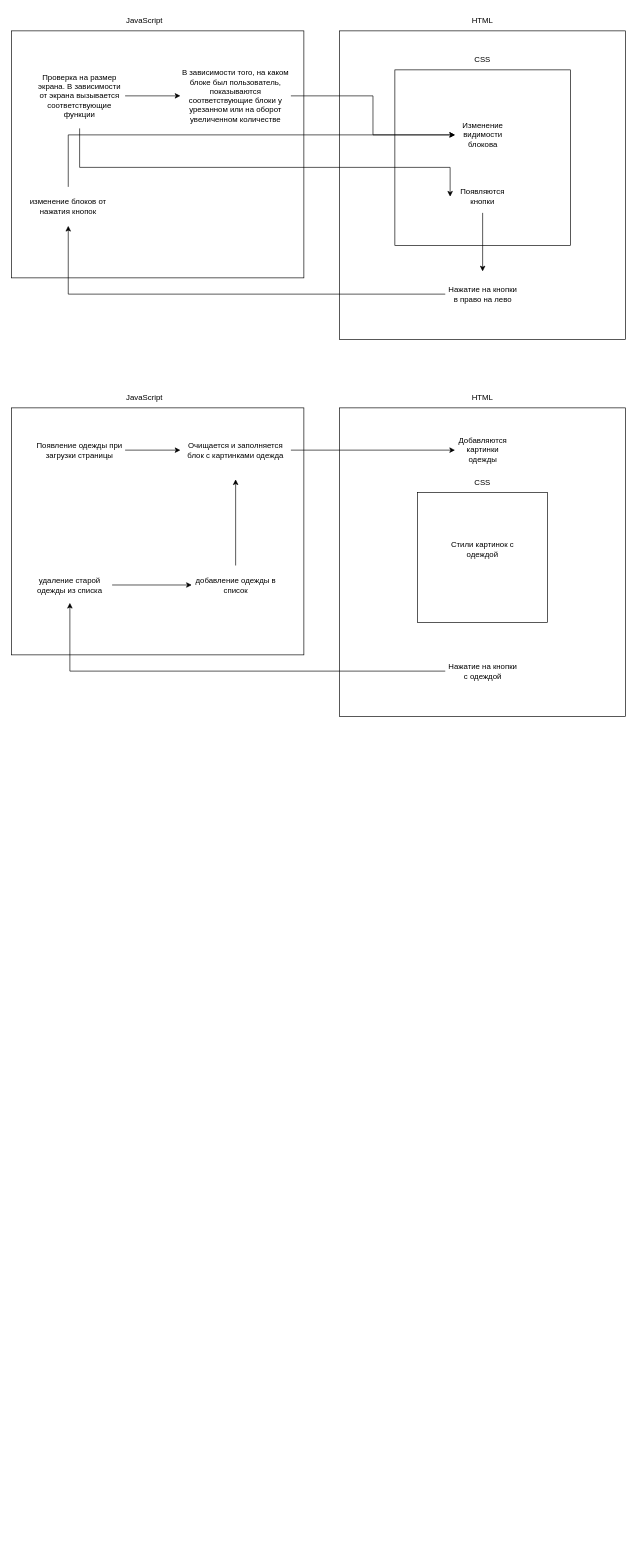
Above: Диаграмма.drawio in OlgaBug/- (draw.io), before the change. Source tidied: cells renumbered, new cells numbered last; positions are measured from the earlier drawing's top-left corner, leaving out a move shared by most shapes. Both pictures are drawn from the tidied source at 65%, with x=0, y=0 at pixel (11, 11).
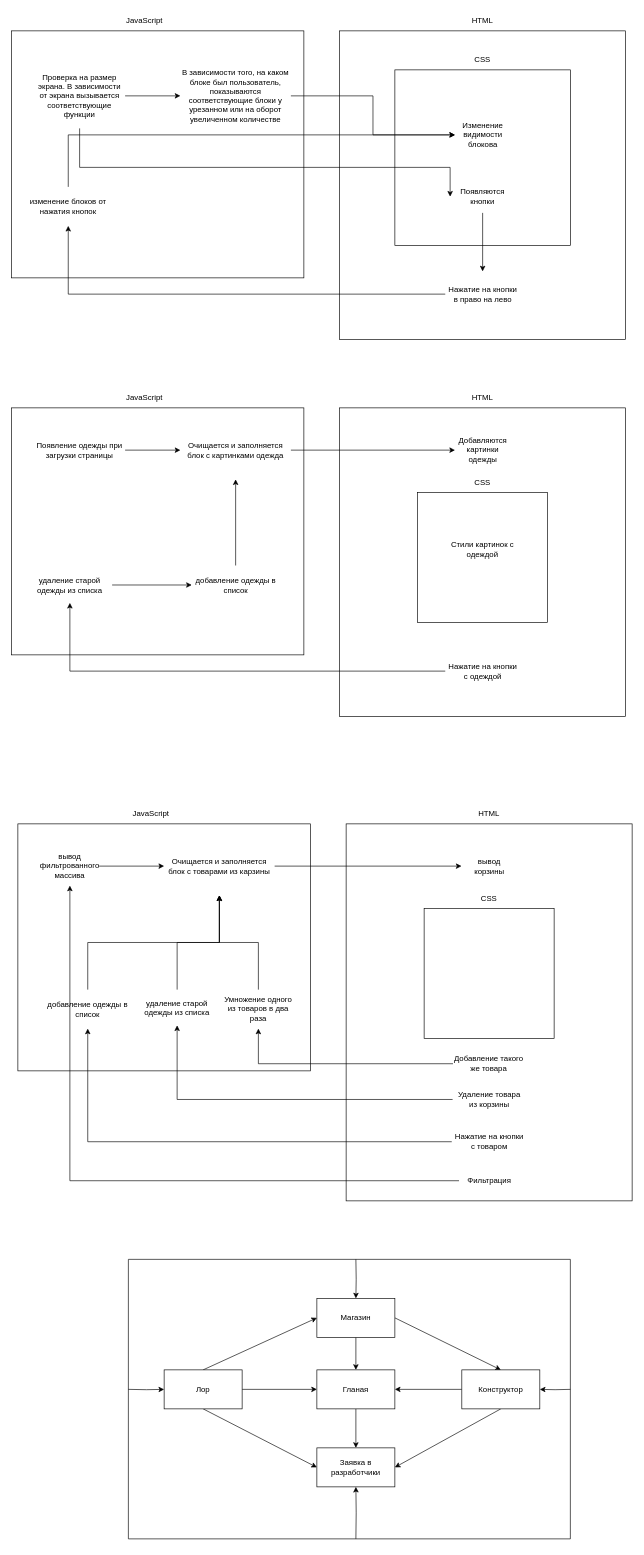
Above is the later version.

The edit, as a diff of the source:
```diff
@@
+    <mxCell id="38" style="edgeStyle=orthogonalEdgeStyle;rounded=0;jettySize=auto;html=1;entryX=0.5;entryY=0;entryDx=0;entryDy=0;" parent="1" edge="1" target="69">
+      <mxGeometry relative="1" as="geometry">
+        <mxPoint x="530" y="1920" as="sourcePoint" />
+      </mxGeometry>
+    </mxCell>
+    <mxCell id="39" style="edgeStyle=orthogonalEdgeStyle;rounded=0;jettySize=auto;html=1;entryX=1;entryY=0.5;entryDx=0;entryDy=0;" parent="1" edge="1" target="74">
+      <mxGeometry relative="1" as="geometry">
+        <mxPoint x="860" y="2120" as="sourcePoint" />
+      </mxGeometry>
+    </mxCell>
+    <mxCell id="40" style="edgeStyle=orthogonalEdgeStyle;rounded=0;jettySize=auto;html=1;entryX=0.5;entryY=1;entryDx=0;entryDy=0;" parent="1" edge="1" target="79">
+      <mxGeometry relative="1" as="geometry">
+        <mxPoint x="530" y="2350" as="sourcePoint" />
+      </mxGeometry>
+    </mxCell>
+    <mxCell id="41" style="edgeStyle=orthogonalEdgeStyle;rounded=0;jettySize=auto;html=1;entryX=0;entryY=0.5;entryDx=0;entryDy=0;" parent="1" edge="1" target="78">
+      <mxGeometry relative="1" as="geometry">
+        <mxPoint x="180" y="2120" as="sourcePoint" />
+      </mxGeometry>
+    </mxCell>
@@
+    <mxCell id="42" style="rounded=0;whiteSpace=wrap;html=1;" parent="1" vertex="1">
+      <mxGeometry x="515" y="1250" width="440" height="580" as="geometry" />
+    </mxCell>
+    <mxCell id="43" style="whiteSpace=wrap;html=1;" parent="1" vertex="1">
+      <mxGeometry x="635" y="1380" width="200" height="200" as="geometry" />
+    </mxCell>
+    <mxCell id="44" style="rounded=0;whiteSpace=wrap;html=1;" parent="1" vertex="1">
+      <mxGeometry x="10" y="1250" width="450" height="380" as="geometry" />
+    </mxCell>
+    <mxCell id="45" value="JavaScript" style="text;html=1;align=center;verticalAlign=middle;whiteSpace=wrap;rounded=0;" parent="1" vertex="1">
+      <mxGeometry x="185" y="1220" width="60" height="30" as="geometry" />
+    </mxCell>
+    <mxCell id="46" value="вывод корзины" style="text;html=1;align=center;verticalAlign=middle;whiteSpace=wrap;rounded=0;" parent="1" vertex="1">
+      <mxGeometry x="692.5" y="1287.5" width="85" height="55" as="geometry" />
+    </mxCell>
+    <mxCell id="47" style="edgeStyle=orthogonalEdgeStyle;rounded=0;jettySize=auto;html=1;exitX=1;exitY=0.5;exitDx=0;exitDy=0;" parent="1" edge="1" source="48" target="46">
+      <mxGeometry relative="1" as="geometry" />
+    </mxCell>
+    <mxCell id="48" value="Очищается и заполняется блок с товарами из карзины" style="text;html=1;align=center;verticalAlign=middle;whiteSpace=wrap;rounded=0;" parent="1" vertex="1">
+      <mxGeometry x="235" y="1270" width="170" height="90" as="geometry" />
+    </mxCell>
+    <mxCell id="49" value="CSS" style="text;html=1;align=center;verticalAlign=middle;whiteSpace=wrap;rounded=0;" parent="1" vertex="1">
+      <mxGeometry x="705" y="1350" width="60" height="30" as="geometry" />
+    </mxCell>
+    <mxCell id="50" style="edgeStyle=orthogonalEdgeStyle;rounded=0;jettySize=auto;html=1;entryX=0.5;entryY=1;entryDx=0;entryDy=0;" parent="1" edge="1" source="51" target="53">
+      <mxGeometry relative="1" as="geometry" />
+    </mxCell>
+    <mxCell id="51" value="Нажатие на кнопки c товаром" style="text;html=1;align=center;verticalAlign=middle;whiteSpace=wrap;rounded=0;" parent="1" vertex="1">
+      <mxGeometry x="677.5" y="1704" width="115" height="70" as="geometry" />
+    </mxCell>
+    <mxCell id="52" style="edgeStyle=orthogonalEdgeStyle;rounded=0;jettySize=auto;html=1;exitX=0.5;exitY=0;exitDx=0;exitDy=0;" parent="1" edge="1" source="53" target="48">
+      <mxGeometry relative="1" as="geometry" />
+    </mxCell>
+    <mxCell id="53" value="добавление одежды в список" style="text;html=1;align=center;verticalAlign=middle;whiteSpace=wrap;rounded=0;" parent="1" vertex="1">
+      <mxGeometry x="50" y="1505" width="135" height="60" as="geometry" />
+    </mxCell>
+    <mxCell id="54" value="HTML" style="text;html=1;align=center;verticalAlign=middle;whiteSpace=wrap;rounded=0;" parent="1" vertex="1">
+      <mxGeometry x="705" y="1220" width="60" height="30" as="geometry" />
+    </mxCell>
+    <mxCell id="55" style="edgeStyle=orthogonalEdgeStyle;rounded=0;jettySize=auto;html=1;exitX=0.5;exitY=0;exitDx=0;exitDy=0;" parent="1" edge="1" source="56" target="48">
+      <mxGeometry relative="1" as="geometry" />
+    </mxCell>
+    <mxCell id="56" value="удаление старой одежды из списка" style="text;html=1;align=center;verticalAlign=middle;whiteSpace=wrap;rounded=0;" parent="1" vertex="1">
+      <mxGeometry x="190" y="1505" width="130" height="55" as="geometry" />
+    </mxCell>
+    <mxCell id="57" style="edgeStyle=orthogonalEdgeStyle;rounded=0;jettySize=auto;html=1;exitX=0;exitY=0.5;exitDx=0;exitDy=0;entryX=0.5;entryY=1;entryDx=0;entryDy=0;" parent="1" edge="1" source="58" target="56">
+      <mxGeometry relative="1" as="geometry" />
+    </mxCell>
+    <mxCell id="58" value="Удаление товара из корзины" style="text;html=1;align=center;verticalAlign=middle;whiteSpace=wrap;rounded=0;" parent="1" vertex="1">
+      <mxGeometry x="678.8" y="1644" width="112.5" height="60" as="geometry" />
+    </mxCell>
+    <mxCell id="59" style="edgeStyle=orthogonalEdgeStyle;rounded=0;jettySize=auto;html=1;exitX=0;exitY=0.5;exitDx=0;exitDy=0;entryX=0.5;entryY=1;entryDx=0;entryDy=0;" parent="1" edge="1" source="60" target="62">
+      <mxGeometry relative="1" as="geometry" />
+    </mxCell>
+    <mxCell id="60" value="Добавление такого же товара" style="text;html=1;align=center;verticalAlign=middle;whiteSpace=wrap;rounded=0;" parent="1" vertex="1">
+      <mxGeometry x="679.4" y="1594" width="111.2" height="50" as="geometry" />
+    </mxCell>
+    <mxCell id="61" style="edgeStyle=orthogonalEdgeStyle;rounded=0;jettySize=auto;html=1;exitX=0.5;exitY=0;exitDx=0;exitDy=0;entryX=0.5;entryY=1;entryDx=0;entryDy=0;" parent="1" edge="1" source="62" target="48">
+      <mxGeometry relative="1" as="geometry" />
+    </mxCell>
+    <mxCell id="62" value="Умножение одного из товаров в два раза" style="text;html=1;align=center;verticalAlign=middle;whiteSpace=wrap;rounded=0;" parent="1" vertex="1">
+      <mxGeometry x="320" y="1505" width="120" height="60" as="geometry" />
+    </mxCell>
+    <mxCell id="63" style="edgeStyle=orthogonalEdgeStyle;rounded=0;jettySize=auto;html=1;exitX=1;exitY=0.5;exitDx=0;exitDy=0;entryX=0;entryY=0.5;entryDx=0;entryDy=0;" parent="1" edge="1" source="64" target="48">
+      <mxGeometry relative="1" as="geometry" />
+    </mxCell>
+    <mxCell id="64" value="вывод фильтрованного массива" style="text;html=1;align=center;verticalAlign=middle;whiteSpace=wrap;rounded=0;" parent="1" vertex="1">
+      <mxGeometry x="45" y="1285" width="90" height="60" as="geometry" />
+    </mxCell>
+    <mxCell id="65" style="edgeStyle=orthogonalEdgeStyle;rounded=0;jettySize=auto;html=1;exitX=0;exitY=0.5;exitDx=0;exitDy=0;entryX=0.5;entryY=1;entryDx=0;entryDy=0;" parent="1" edge="1" source="66" target="64">
+      <mxGeometry relative="1" as="geometry" />
+    </mxCell>
+    <mxCell id="66" value="Фильтрация" style="text;html=1;align=center;verticalAlign=middle;whiteSpace=wrap;rounded=0;" parent="1" vertex="1">
+      <mxGeometry x="688.7" y="1774" width="92.5" height="50" as="geometry" />
+    </mxCell>
+    <mxCell id="67" style="rounded=0;jettySize=auto;html=1;exitX=1;exitY=0.5;exitDx=0;exitDy=0;entryX=0.5;entryY=0;entryDx=0;entryDy=0;" parent="1" edge="1" source="69" target="74">
+      <mxGeometry relative="1" as="geometry" />
+    </mxCell>
+    <mxCell id="68" style="edgeStyle=orthogonalEdgeStyle;rounded=0;jettySize=auto;html=1;exitX=0.5;exitY=1;exitDx=0;exitDy=0;entryX=0.5;entryY=0;entryDx=0;entryDy=0;" parent="1" edge="1" source="69" target="71">
+      <mxGeometry relative="1" as="geometry" />
+    </mxCell>
+    <mxCell id="69" value="Магазин" style="rounded=0;whiteSpace=wrap;html=1;" parent="1" vertex="1">
+      <mxGeometry x="470" y="1980" width="120" height="60" as="geometry" />
+    </mxCell>
+    <mxCell id="70" style="edgeStyle=orthogonalEdgeStyle;rounded=0;jettySize=auto;html=1;exitX=0.5;exitY=1;exitDx=0;exitDy=0;entryX=0.5;entryY=0;entryDx=0;entryDy=0;" parent="1" edge="1" source="71" target="79">
+      <mxGeometry relative="1" as="geometry" />
+    </mxCell>
+    <mxCell id="71" value="Гланая" style="rounded=0;whiteSpace=wrap;html=1;" parent="1" vertex="1">
+      <mxGeometry x="470" y="2090" width="120" height="60" as="geometry" />
+    </mxCell>
+    <mxCell id="72" style="rounded=0;jettySize=auto;html=1;exitX=0.5;exitY=1;exitDx=0;exitDy=0;entryX=1;entryY=0.5;entryDx=0;entryDy=0;" parent="1" edge="1" source="74" target="79">
+      <mxGeometry relative="1" as="geometry" />
+    </mxCell>
+    <mxCell id="73" style="edgeStyle=orthogonalEdgeStyle;rounded=0;jettySize=auto;html=1;exitX=0;exitY=0.5;exitDx=0;exitDy=0;entryX=1;entryY=0.5;entryDx=0;entryDy=0;" parent="1" edge="1" source="74" target="71">
+      <mxGeometry relative="1" as="geometry" />
+    </mxCell>
+    <mxCell id="74" value="Конструктор" style="rounded=0;whiteSpace=wrap;html=1;" parent="1" vertex="1">
+      <mxGeometry x="693" y="2090" width="120" height="60" as="geometry" />
+    </mxCell>
+    <mxCell id="75" style="rounded=0;jettySize=auto;html=1;exitX=0.5;exitY=0;exitDx=0;exitDy=0;entryX=0;entryY=0.5;entryDx=0;entryDy=0;" parent="1" edge="1" source="78" target="69">
+      <mxGeometry relative="1" as="geometry" />
+    </mxCell>
+    <mxCell id="76" style="rounded=0;jettySize=auto;html=1;exitX=0.5;exitY=1;exitDx=0;exitDy=0;entryX=0;entryY=0.5;entryDx=0;entryDy=0;" parent="1" edge="1" source="78" target="79">
+      <mxGeometry relative="1" as="geometry" />
+    </mxCell>
+    <mxCell id="77" style="edgeStyle=orthogonalEdgeStyle;rounded=0;jettySize=auto;html=1;exitX=1;exitY=0.5;exitDx=0;exitDy=0;entryX=0;entryY=0.5;entryDx=0;entryDy=0;" parent="1" edge="1" source="78" target="71">
+      <mxGeometry relative="1" as="geometry" />
+    </mxCell>
+    <mxCell id="78" value="Лор" style="rounded=0;whiteSpace=wrap;html=1;" parent="1" vertex="1">
+      <mxGeometry x="235" y="2090" width="120" height="60" as="geometry" />
+    </mxCell>
+    <mxCell id="79" value="Заявка в разработчики" style="rounded=0;whiteSpace=wrap;html=1;" parent="1" vertex="1">
+      <mxGeometry x="470" y="2210" width="120" height="60" as="geometry" />
+    </mxCell>
+    <mxCell id="80" style="endArrow=none;html=1;rounded=0;" parent="1" edge="1">
+      <mxGeometry relative="1" as="geometry">
+        <mxPoint x="180" y="2350" as="sourcePoint" />
+        <mxPoint x="860" y="1920" as="targetPoint" />
+        <Array as="points">
+          <mxPoint x="180" y="1920" />
+        </Array>
+      </mxGeometry>
+    </mxCell>
+    <mxCell id="81" style="endArrow=none;html=1;rounded=0;" parent="1" edge="1">
+      <mxGeometry relative="1" as="geometry">
+        <mxPoint x="180" y="2350" as="sourcePoint" />
+        <mxPoint x="860" y="2350" as="targetPoint" />
+      </mxGeometry>
+    </mxCell>
+    <mxCell id="82" style="endArrow=none;html=1;rounded=0;" parent="1" edge="1">
+      <mxGeometry relative="1" as="geometry">
+        <mxPoint x="860" y="2350" as="sourcePoint" />
+        <mxPoint x="860" y="1920" as="targetPoint" />
+      </mxGeometry>
+    </mxCell>
```
